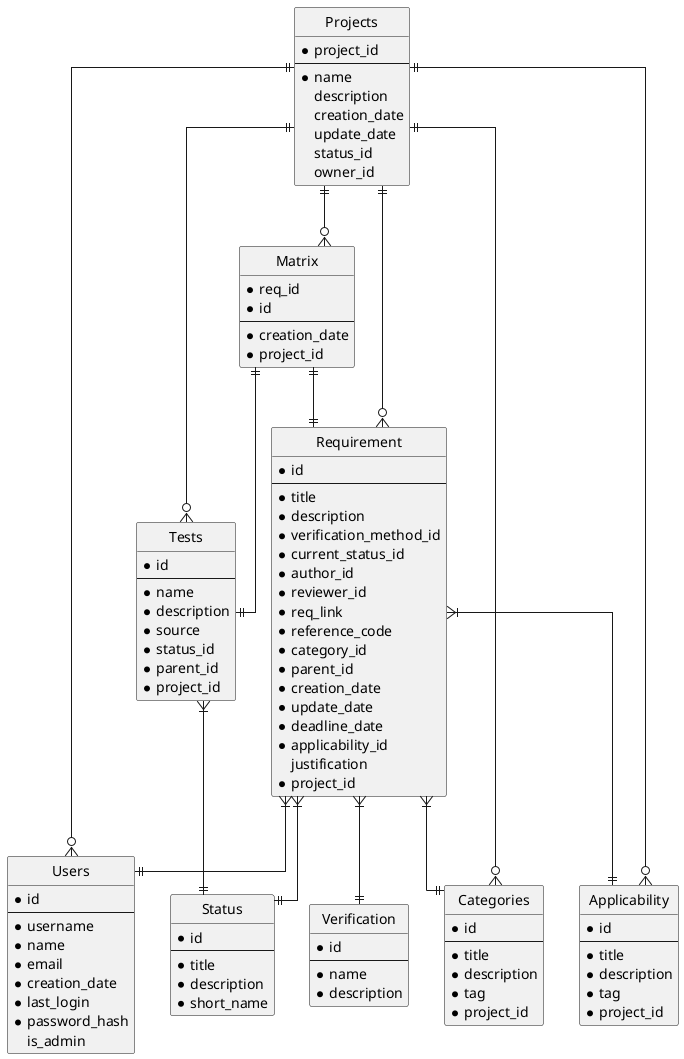
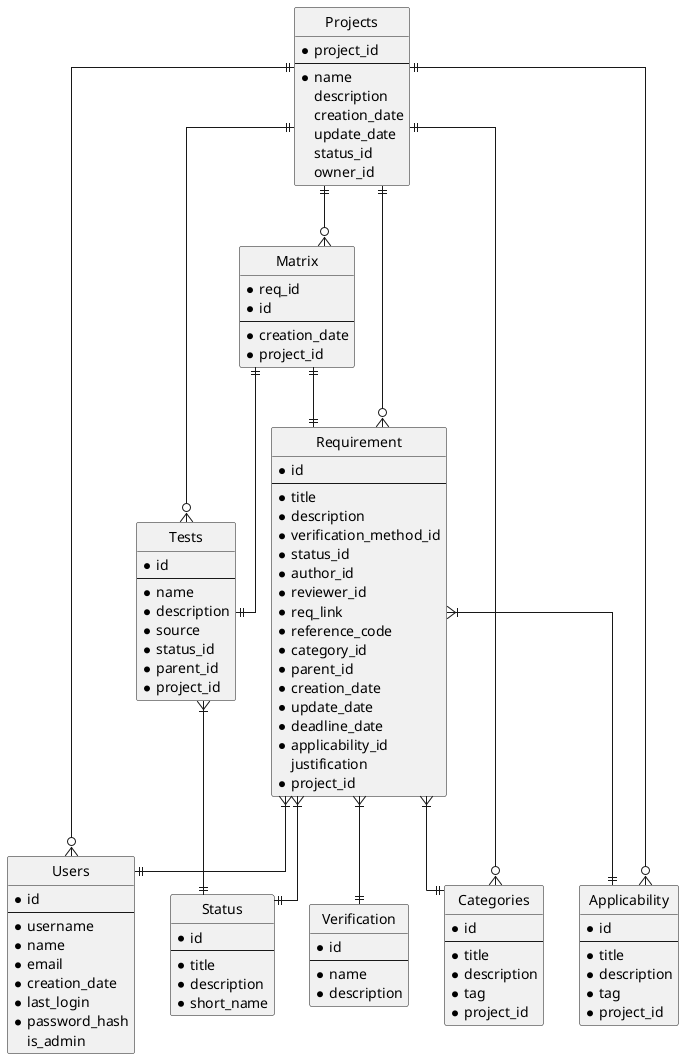
@startuml ER diagram

hide circle
skinparam linetype ortho

entity "Projects" as proj {
* project_id
---
* name
description
creation_date
update_date
status_id
owner_id
}

entity "Requirement" as req {
* id
---
* title
* description
* verification_method_id
- * current_status_id
+ * status_id
* author_id
* reviewer_id
* req_link
* reference_code
* category_id
* parent_id
* creation_date
* update_date
* deadline_date
* applicability_id
justification
* project_id
}

entity "Users" as user {
* id
---
* username
* name
* email
* creation_date
* last_login
* password_hash
is_admin
}

entity "Status" as st {
* id
---
* title
* description
* short_name
}

entity "Categories" as cat {
* id
---
* title
* description
* tag
* project_id
}

entity "Applicability" as app {
* id
---
* title
* description
* tag
* project_id
}

entity "Tests" as test {
* id
---
* name
* description
* source
* status_id
* parent_id
* project_id
}

entity "Matrix" as matrix {
* req_id
* id
---
* creation_date
* project_id
}

entity "Verification" as verification {
* id
---
* name
* description
}

proj ||--o{ req
proj ||--o{ user
proj ||--o{ cat
proj ||--o{ app
proj ||--o{ test
proj ||--o{ matrix

req  }|--|| st
req  }|--|| cat
req  }|--|| user
req  }|--|| verification
req  }|--|| app
test   }|--|| st
matrix ||--|| req
matrix ||--|| test

@enduml
